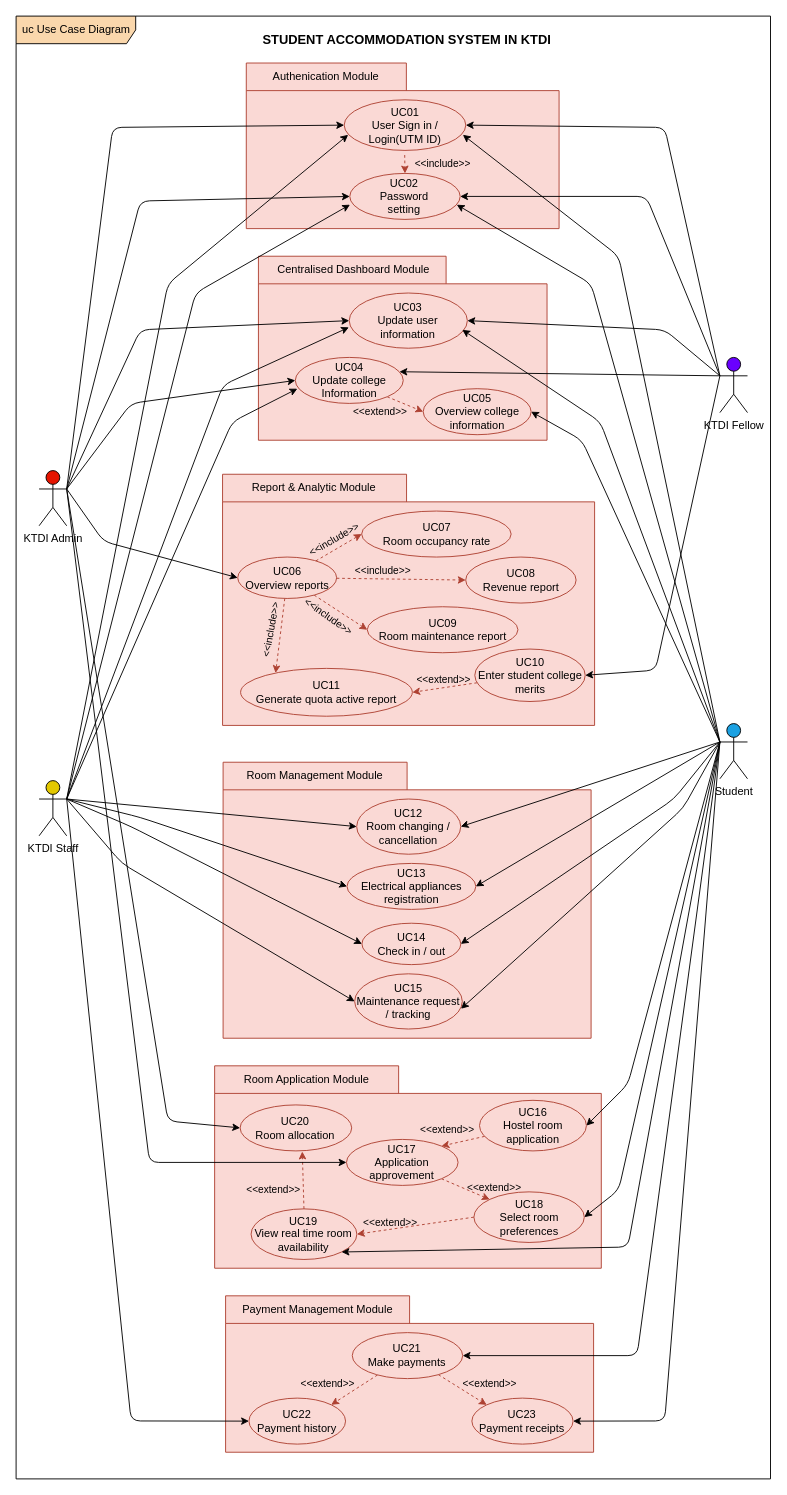
The draw.io diagram page "use_case" (1 of 3) of project/drawio/stakeholder/UML.drawio in drshahizan/software-engineering, before the edit. Source tidied: cells renumbered, new cells numbered last; positions are measured from the earlier drawing's top-left corner, leaving out a move shared by most shapes. Both pictures are drawn from the tidied source at 92%, with x=0, y=0 at pixel (16, 16).
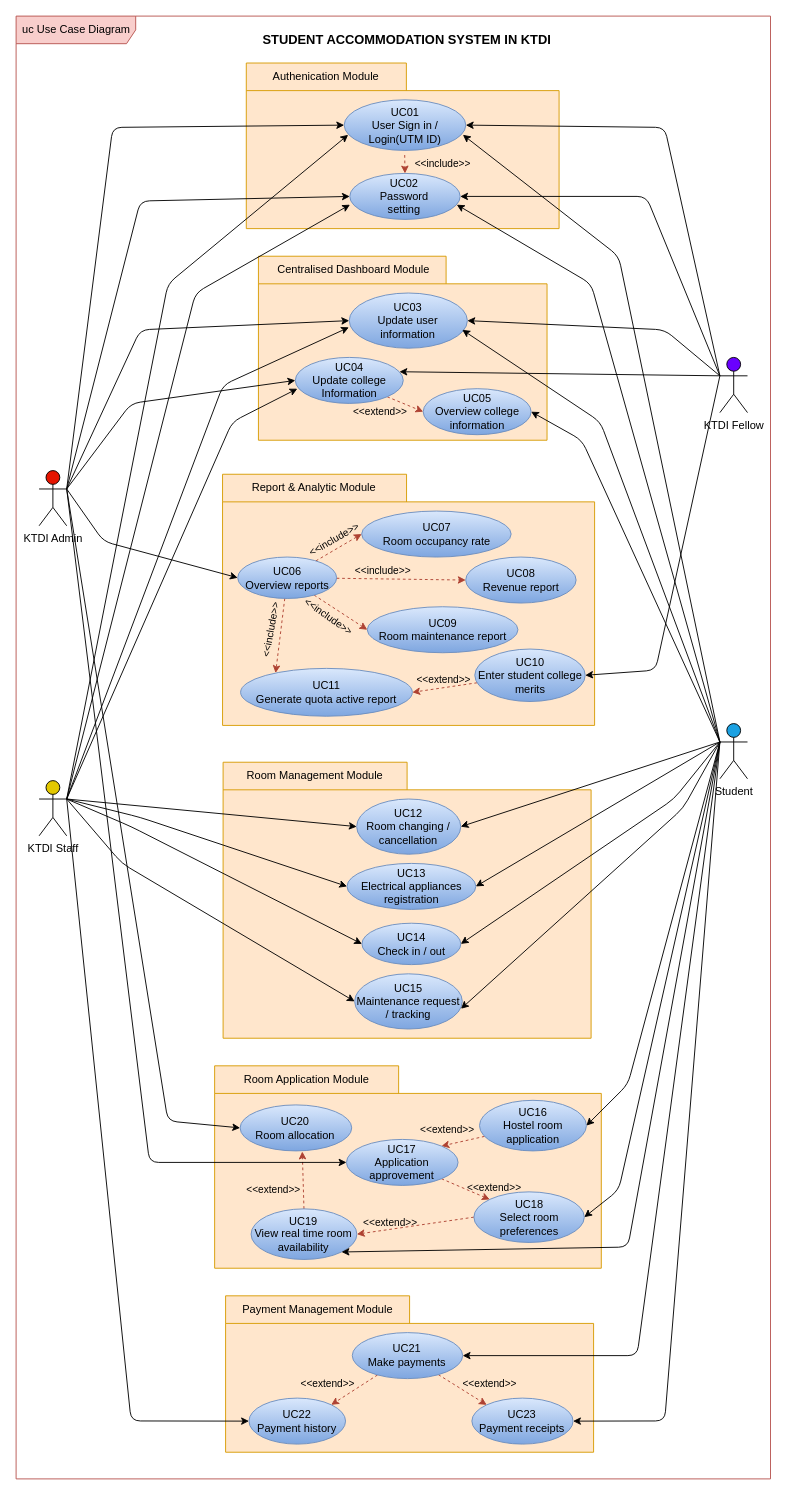
After the change.

Change to the diagram source:
```diff
@@
-    <mxCell id="2" value="uc Use Case Diagram" style="shape=umlFrame;whiteSpace=wrap;html=1;width=130;height=30;boundedLbl=1;verticalAlign=middle;align=left;spacingLeft=5;fillColor=#fad7ac;strokeColor=#000000;fontColor=#000000;" parent="1" vertex="1">
+    <mxCell id="2" value="uc Use Case Diagram" style="shape=umlFrame;whiteSpace=wrap;html=1;width=130;height=30;boundedLbl=1;verticalAlign=middle;align=left;spacingLeft=5;fillColor=#f8cecc;strokeColor=#b85450;" parent="1" vertex="1">
       <mxGeometry width="820" height="1590" as="geometry" />
     </mxCell>
-    <mxCell id="3" style="shape=folder;fontStyle=1;tabWidth=200;tabHeight=30;tabPosition=left;html=1;boundedLbl=1;fillColor=#fad9d5;strokeColor=#ae4132;fontColor=#000000;" parent="1" vertex="1">
+    <mxCell id="3" style="shape=folder;fontStyle=1;tabWidth=200;tabHeight=30;tabPosition=left;html=1;boundedLbl=1;fillColor=#ffe6cc;strokeColor=#d79b00;" parent="1" vertex="1">
       <mxGeometry x="224.4" y="498" width="404.4" height="273" as="geometry" />
     </mxCell>
@@
-    <mxCell id="8" style="shape=folder;fontStyle=1;tabWidth=174;tabHeight=30;tabPosition=left;html=1;boundedLbl=1;fillColor=#fad9d5;strokeColor=#AE4132;fontColor=#000000;" parent="1" vertex="1">
+    <mxCell id="8" style="shape=folder;fontStyle=1;tabWidth=174;tabHeight=30;tabPosition=left;html=1;boundedLbl=1;fillColor=#ffe6cc;strokeColor=#d79b00;" parent="1" vertex="1">
       <mxGeometry x="250.2" y="51" width="340" height="180" as="geometry" />
     </mxCell>
-    <mxCell id="9" value="UC01&lt;br&gt;User Sign in / Login(UTM ID)" style="ellipse;whiteSpace=wrap;html=1;fillColor=#fad9d5;strokeColor=#ae4132;fontColor=#000000;" parent="8" vertex="1">
+    <mxCell id="9" value="UC01&lt;br&gt;User Sign in / Login(UTM ID)" style="ellipse;whiteSpace=wrap;html=1;fillColor=#dae8fc;strokeColor=#6c8ebf;gradientColor=#7ea6e0;" parent="8" vertex="1">
       <mxGeometry x="106.4" y="40" width="132.2" height="55" as="geometry" />
     </mxCell>
@@
-    <mxCell id="13" style="shape=folder;fontStyle=1;tabWidth=200;tabHeight=30;tabPosition=left;html=1;boundedLbl=1;fillColor=#fad9d5;strokeColor=#ae4132;fontColor=#000000;" parent="1" vertex="1">
+    <mxCell id="13" style="shape=folder;fontStyle=1;tabWidth=200;tabHeight=30;tabPosition=left;html=1;boundedLbl=1;fillColor=#ffe6cc;strokeColor=#d79b00;" parent="1" vertex="1">
       <mxGeometry x="225" y="811" width="400" height="300" as="geometry" />
     </mxCell>
@@
-    <mxCell id="15" style="shape=folder;fontStyle=1;tabWidth=200;tabHeight=30;tabPosition=left;html=1;boundedLbl=1;fillColor=#fad9d5;strokeColor=#ae4132;fontColor=#000000;" parent="1" vertex="1">
+    <mxCell id="15" style="shape=folder;fontStyle=1;tabWidth=200;tabHeight=30;tabPosition=left;html=1;boundedLbl=1;fillColor=#ffe6cc;strokeColor=#d79b00;" parent="1" vertex="1">
       <mxGeometry x="227.7" y="1391" width="400" height="170" as="geometry" />
     </mxCell>
@@
-    <mxCell id="18" style="ellipse;whiteSpace=wrap;html=1;fillColor=#fad9d5;strokeColor=#ae4132;fontColor=#000000;" parent="1" vertex="1">
+    <mxCell id="18" style="ellipse;whiteSpace=wrap;html=1;fillColor=#dae8fc;strokeColor=#6c8ebf;gradientColor=#7ea6e0;" parent="1" vertex="1">
       <mxGeometry x="362.7" y="171" width="120" height="50" as="geometry" />
     </mxCell>
@@
-    <mxCell id="22" value="UC21&lt;br&gt;Make payments" style="ellipse;whiteSpace=wrap;html=1;fillColor=#fad9d5;strokeColor=#ae4132;fontColor=#000000;" parent="1" vertex="1">
+    <mxCell id="22" value="UC21&lt;br&gt;Make payments" style="ellipse;whiteSpace=wrap;html=1;fillColor=#dae8fc;strokeColor=#6c8ebf;gradientColor=#7ea6e0;" parent="1" vertex="1">
       <mxGeometry x="365.4" y="1431" width="120" height="50" as="geometry" />
     </mxCell>
-    <mxCell id="23" value="UC07&lt;br&gt;Room occupancy rate" style="ellipse;whiteSpace=wrap;html=1;fillColor=#fad9d5;strokeColor=#ae4132;fontColor=#000000;" parent="1" vertex="1">
+    <mxCell id="23" value="UC07&lt;br&gt;Room occupancy rate" style="ellipse;whiteSpace=wrap;html=1;fillColor=#dae8fc;strokeColor=#6c8ebf;gradientColor=#7ea6e0;" parent="1" vertex="1">
       <mxGeometry x="375.6" y="538" width="162.5" height="50" as="geometry" />
     </mxCell>
-    <mxCell id="24" value="UC14&lt;br&gt;Check in / out" style="ellipse;whiteSpace=wrap;html=1;fillColor=#fad9d5;strokeColor=#ae4132;fontColor=#000000;" parent="1" vertex="1">
+    <mxCell id="24" value="UC14&lt;br&gt;Check in / out" style="ellipse;whiteSpace=wrap;html=1;fillColor=#dae8fc;strokeColor=#6c8ebf;gradientColor=#7ea6e0;" parent="1" vertex="1">
       <mxGeometry x="375.9" y="986" width="107.5" height="45" as="geometry" />
     </mxCell>
-    <mxCell id="25" value="UC23&lt;br&gt;Payment receipts" style="ellipse;whiteSpace=wrap;html=1;fillColor=#fad9d5;strokeColor=#ae4132;fontColor=#000000;" parent="1" vertex="1">
+    <mxCell id="25" value="UC23&lt;br&gt;Payment receipts" style="ellipse;whiteSpace=wrap;html=1;fillColor=#dae8fc;strokeColor=#6c8ebf;gradientColor=#7ea6e0;" parent="1" vertex="1">
       <mxGeometry x="495.4" y="1502.2" width="110" height="50" as="geometry" />
     </mxCell>
-    <mxCell id="26" value="UC15&lt;br&gt;Maintenance request / tracking" style="ellipse;whiteSpace=wrap;html=1;fillColor=#fad9d5;strokeColor=#ae4132;fontColor=#000000;" parent="1" vertex="1">
+    <mxCell id="26" value="UC15&lt;br&gt;Maintenance request / tracking" style="ellipse;whiteSpace=wrap;html=1;fillColor=#dae8fc;strokeColor=#6c8ebf;gradientColor=#7ea6e0;" parent="1" vertex="1">
       <mxGeometry x="368" y="1041" width="117" height="60" as="geometry" />
     </mxCell>
-    <mxCell id="27" value="UC09&lt;br&gt;Room maintenance report" style="ellipse;whiteSpace=wrap;html=1;fillColor=#fad9d5;strokeColor=#ae4132;fontColor=#000000;" parent="1" vertex="1">
+    <mxCell id="27" value="UC09&lt;br&gt;Room maintenance report" style="ellipse;whiteSpace=wrap;html=1;fillColor=#dae8fc;strokeColor=#6c8ebf;gradientColor=#7ea6e0;" parent="1" vertex="1">
       <mxGeometry x="381.7" y="642" width="163.8" height="50" as="geometry" />
     </mxCell>
-    <mxCell id="28" value="UC22&lt;br&gt;Payment history" style="ellipse;whiteSpace=wrap;html=1;fillColor=#fad9d5;strokeColor=#ae4132;fontColor=#000000;" parent="1" vertex="1">
+    <mxCell id="28" value="UC22&lt;br&gt;Payment history" style="ellipse;whiteSpace=wrap;html=1;fillColor=#dae8fc;strokeColor=#6c8ebf;gradientColor=#7ea6e0;" parent="1" vertex="1">
       <mxGeometry x="253.1" y="1502.2" width="105" height="50" as="geometry" />
     </mxCell>
-    <mxCell id="29" value="UC08&lt;br&gt;Revenue report" style="ellipse;whiteSpace=wrap;html=1;fillColor=#fad9d5;strokeColor=#ae4132;fontColor=#000000;" parent="1" vertex="1">
+    <mxCell id="29" value="UC08&lt;br&gt;Revenue report" style="ellipse;whiteSpace=wrap;html=1;fillColor=#dae8fc;strokeColor=#6c8ebf;gradientColor=#7ea6e0;" parent="1" vertex="1">
       <mxGeometry x="488.7" y="588" width="120" height="50" as="geometry" />
     </mxCell>
@@
-    <mxCell id="34" value="UC06&lt;br&gt;Overview reports" style="ellipse;whiteSpace=wrap;html=1;fillColor=#fad9d5;strokeColor=#ae4132;fontColor=#000000;" parent="1" vertex="1">
+    <mxCell id="34" value="UC06&lt;br&gt;Overview reports" style="ellipse;whiteSpace=wrap;html=1;fillColor=#dae8fc;strokeColor=#6c8ebf;gradientColor=#7ea6e0;" parent="1" vertex="1">
       <mxGeometry x="240.9" y="588" width="107.5" height="45" as="geometry" />
     </mxCell>
@@
-    <mxCell id="38" value="UC12&lt;br&gt;Room changing / cancellation" style="ellipse;whiteSpace=wrap;html=1;fillColor=#fad9d5;strokeColor=#ae4132;fontColor=#000000;" parent="1" vertex="1">
+    <mxCell id="38" value="UC12&lt;br&gt;Room changing / cancellation" style="ellipse;whiteSpace=wrap;html=1;fillColor=#dae8fc;strokeColor=#6c8ebf;gradientColor=#7ea6e0;" parent="1" vertex="1">
       <mxGeometry x="370.2" y="851" width="113.1" height="60" as="geometry" />
     </mxCell>
-    <mxCell id="39" value="UC13&lt;br&gt;Electrical appliances registration" style="ellipse;whiteSpace=wrap;html=1;fillColor=#fad9d5;strokeColor=#ae4132;fontColor=#000000;" parent="1" vertex="1">
+    <mxCell id="39" value="UC13&lt;br&gt;Electrical appliances registration" style="ellipse;whiteSpace=wrap;html=1;fillColor=#dae8fc;strokeColor=#6c8ebf;gradientColor=#7ea6e0;" parent="1" vertex="1">
       <mxGeometry x="359.7" y="921" width="140" height="50" as="geometry" />
     </mxCell>
@@
-    <mxCell id="42" value="UC11&lt;br&gt;Generate quota active report" style="ellipse;whiteSpace=wrap;html=1;fillColor=#fad9d5;strokeColor=#ae4132;fontColor=#000000;" parent="1" vertex="1">
+    <mxCell id="42" value="UC11&lt;br&gt;Generate quota active report" style="ellipse;whiteSpace=wrap;html=1;fillColor=#dae8fc;strokeColor=#6c8ebf;gradientColor=#7ea6e0;" parent="1" vertex="1">
       <mxGeometry x="244" y="709" width="186.7" height="52" as="geometry" />
     </mxCell>
@@
-    <mxCell id="44" value="UC10&lt;br&gt;Enter student college merits" style="ellipse;whiteSpace=wrap;html=1;fillColor=#fad9d5;strokeColor=#ae4132;fontColor=#000000;" parent="1" vertex="1">
+    <mxCell id="44" value="UC10&lt;br&gt;Enter student college merits" style="ellipse;whiteSpace=wrap;html=1;fillColor=#dae8fc;strokeColor=#6c8ebf;gradientColor=#7ea6e0;" parent="1" vertex="1">
       <mxGeometry x="498.6" y="688" width="120" height="57" as="geometry" />
     </mxCell>
@@
-    <mxCell id="53" style="shape=folder;fontStyle=1;tabWidth=204;tabHeight=30;tabPosition=left;html=1;boundedLbl=1;fillColor=#fad9d5;strokeColor=#ae4132;fontColor=#000000;" parent="1" vertex="1">
+    <mxCell id="53" style="shape=folder;fontStyle=1;tabWidth=204;tabHeight=30;tabPosition=left;html=1;boundedLbl=1;fillColor=#ffe6cc;strokeColor=#d79b00;" parent="1" vertex="1">
       <mxGeometry x="263.4" y="261" width="313.7" height="200" as="geometry" />
     </mxCell>
@@
-    <mxCell id="55" value="UC03&lt;br&gt;Update user information" style="ellipse;whiteSpace=wrap;html=1;fillColor=#fad9d5;strokeColor=#ae4132;fontColor=#000000;" parent="1" vertex="1">
+    <mxCell id="55" value="UC03&lt;br&gt;Update user information" style="ellipse;whiteSpace=wrap;html=1;fillColor=#dae8fc;strokeColor=#6c8ebf;gradientColor=#7ea6e0;" parent="1" vertex="1">
       <mxGeometry x="362.1" y="301" width="128.4" height="60" as="geometry" />
     </mxCell>
@@
-    <mxCell id="57" value="UC04&lt;br&gt;Update college Information" style="ellipse;whiteSpace=wrap;html=1;fillColor=#fad9d5;strokeColor=#ae4132;fontColor=#000000;" parent="1" vertex="1">
+    <mxCell id="57" value="UC04&lt;br&gt;Update college Information" style="ellipse;whiteSpace=wrap;html=1;fillColor=#dae8fc;strokeColor=#6c8ebf;gradientColor=#7ea6e0;" parent="1" vertex="1">
       <mxGeometry x="303.5" y="371" width="117.3" height="50" as="geometry" />
     </mxCell>
@@
-    <mxCell id="68" style="shape=folder;fontStyle=1;tabWidth=200;tabHeight=30;tabPosition=left;html=1;boundedLbl=1;fillColor=#fad9d5;strokeColor=#ae4132;fontColor=#000000;" parent="1" vertex="1">
+    <mxCell id="68" style="shape=folder;fontStyle=1;tabWidth=200;tabHeight=30;tabPosition=left;html=1;boundedLbl=1;fillColor=#ffe6cc;strokeColor=#d79b00;" parent="1" vertex="1">
       <mxGeometry x="215.8" y="1141" width="420.3" height="220" as="geometry" />
     </mxCell>
@@
-    <mxCell id="70" value="UC18&lt;br&gt;Select room preferences" style="ellipse;whiteSpace=wrap;html=1;fillColor=#fad9d5;strokeColor=#ae4132;fontColor=#000000;" parent="1" vertex="1">
+    <mxCell id="70" value="UC18&lt;br&gt;Select room preferences" style="ellipse;whiteSpace=wrap;html=1;fillColor=#dae8fc;strokeColor=#6c8ebf;gradientColor=#7ea6e0;" parent="1" vertex="1">
       <mxGeometry x="497.6" y="1278" width="120" height="55" as="geometry" />
     </mxCell>
@@
-    <mxCell id="72" value="UC19&lt;br&gt;View real time room availability" style="ellipse;whiteSpace=wrap;html=1;fillColor=#fad9d5;strokeColor=#ae4132;fontColor=#000000;" parent="1" vertex="1">
+    <mxCell id="72" value="UC19&lt;br&gt;View real time room availability" style="ellipse;whiteSpace=wrap;html=1;fillColor=#dae8fc;strokeColor=#6c8ebf;gradientColor=#7ea6e0;" parent="1" vertex="1">
       <mxGeometry x="255.4" y="1296.5" width="115" height="55" as="geometry" />
     </mxCell>
-    <mxCell id="73" value="UC20&lt;br&gt;Room allocation" style="ellipse;whiteSpace=wrap;html=1;fillColor=#fad9d5;strokeColor=#ae4132;fontColor=#000000;" parent="1" vertex="1">
+    <mxCell id="73" value="UC20&lt;br&gt;Room allocation" style="ellipse;whiteSpace=wrap;html=1;fillColor=#dae8fc;strokeColor=#6c8ebf;gradientColor=#7ea6e0;" parent="1" vertex="1">
       <mxGeometry x="243.5" y="1183.5" width="121.3" height="50" as="geometry" />
     </mxCell>
@@
-    <mxCell id="75" value="UC16&lt;br&gt;Hostel room application" style="ellipse;whiteSpace=wrap;html=1;fillColor=#fad9d5;strokeColor=#ae4132;fontColor=#000000;" parent="1" vertex="1">
+    <mxCell id="75" value="UC16&lt;br&gt;Hostel room application" style="ellipse;whiteSpace=wrap;html=1;fillColor=#dae8fc;strokeColor=#6c8ebf;gradientColor=#7ea6e0;" parent="1" vertex="1">
       <mxGeometry x="503.7" y="1178.5" width="116.2" height="55" as="geometry" />
     </mxCell>
@@
-    <mxCell id="96" value="UC05&lt;br&gt;Overview college information" style="ellipse;whiteSpace=wrap;html=1;fillColor=#fad9d5;strokeColor=#ae4132;fontColor=#000000;" parent="1" vertex="1">
+    <mxCell id="96" value="UC05&lt;br&gt;Overview college information" style="ellipse;whiteSpace=wrap;html=1;fillColor=#dae8fc;strokeColor=#6c8ebf;gradientColor=#7ea6e0;" parent="1" vertex="1">
       <mxGeometry x="442.5" y="405" width="117.3" height="50" as="geometry" />
     </mxCell>
@@
-    <mxCell id="100" value="UC17&lt;br&gt;Application approvement" style="ellipse;whiteSpace=wrap;html=1;fillColor=#fad9d5;strokeColor=#ae4132;fontColor=#000000;" parent="1" vertex="1">
+    <mxCell id="100" value="UC17&lt;br&gt;Application approvement" style="ellipse;whiteSpace=wrap;html=1;fillColor=#dae8fc;strokeColor=#6c8ebf;gradientColor=#7ea6e0;" parent="1" vertex="1">
       <mxGeometry x="359.1" y="1221" width="121.3" height="50" as="geometry" />
     </mxCell>
```
